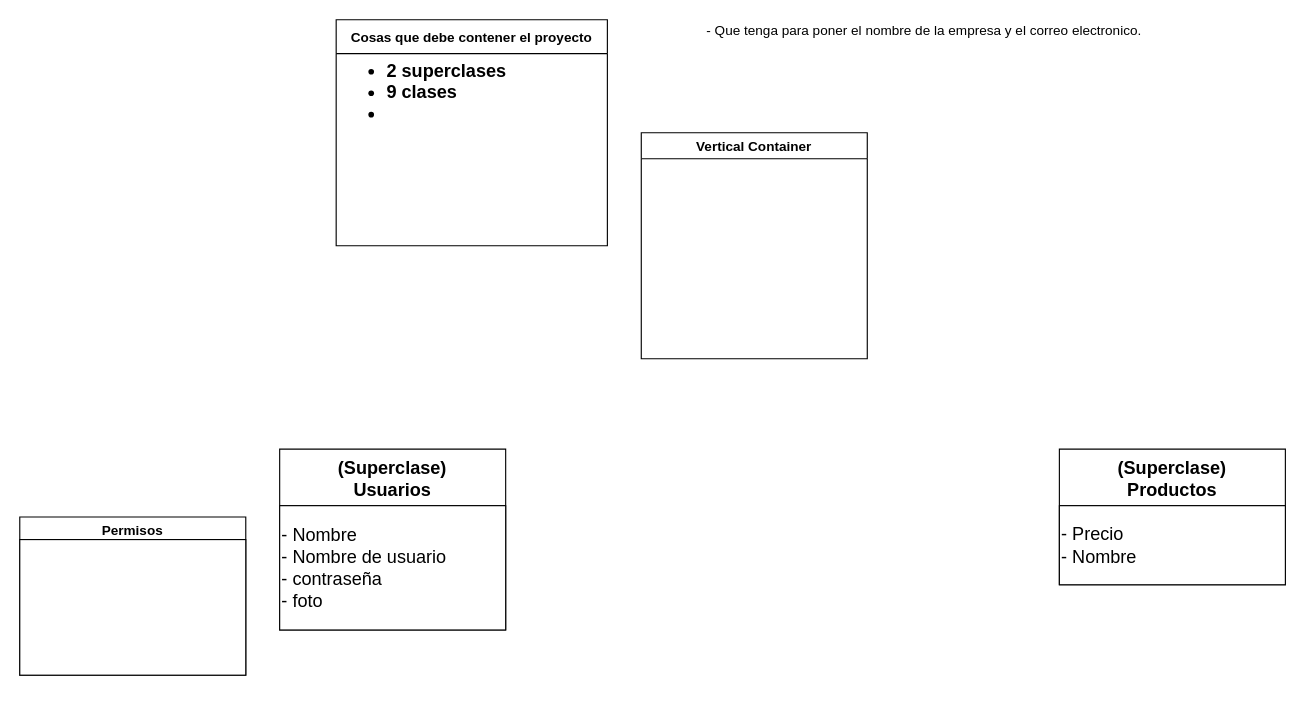
The draw.io diagram page "Diagrama 01" (1 of 2) of Diagrama/DiagramaTPV.drawio in pacodelarco/TPV-FranciscoDelArco, before the edit. Source tidied: cells renumbered, new cells numbered last; positions are measured from the earlier drawing's top-left corner, leaving out a move shared by most shapes. Both pictures are drawn from the tidied source at 113%, with x=0, y=0 at pixel (19, 19).
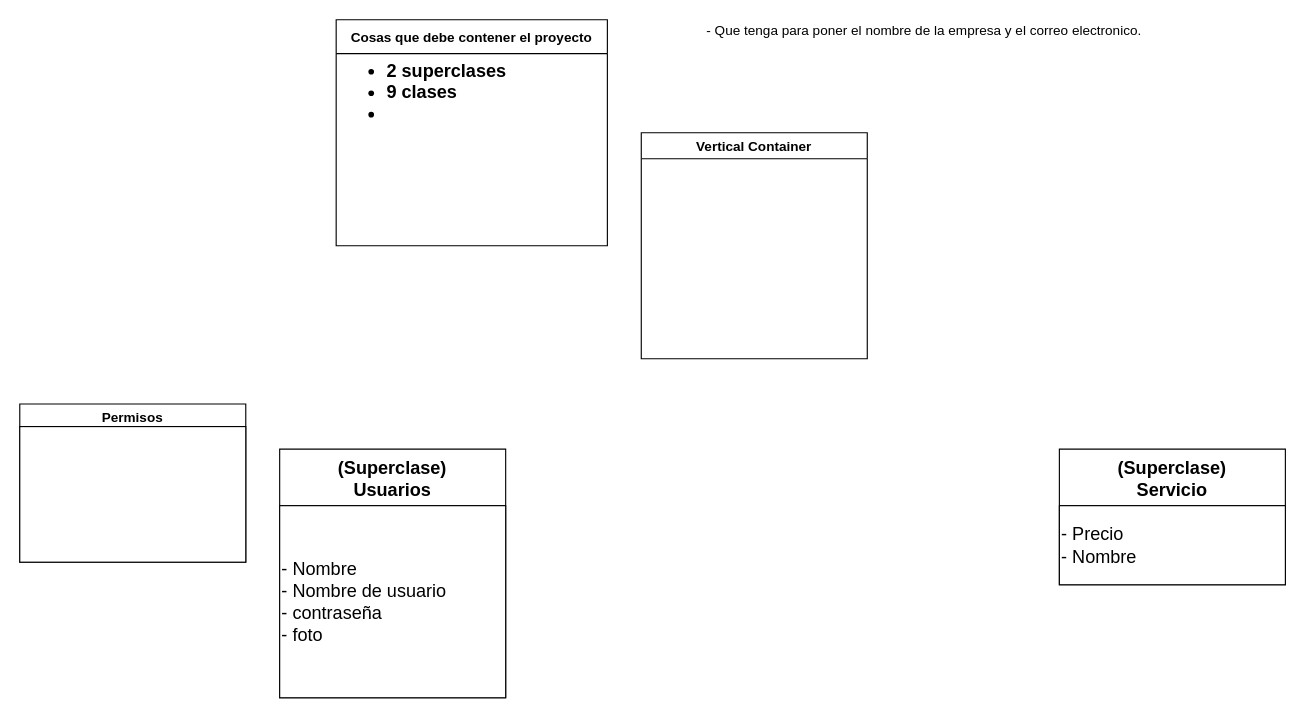
Above is the later version.

The edit, as a diff of the source:
```diff
@@
 <mxGraphModel>
   <root>
     <mxCell id="0" />
     <mxCell id="1" parent="0" />
     <mxCell id="2" value="Cosas que debe contener el proyecto" style="swimlane;startSize=30;" parent="1" vertex="1">
       <mxGeometry x="280" width="240" height="200" as="geometry" />
     </mxCell>
     <mxCell id="3" value="&lt;h1&gt;&lt;ul style=&quot;font-size: 16px&quot;&gt;&lt;li&gt;2 superclases&lt;/li&gt;&lt;li&gt;9 clases&lt;/li&gt;&lt;li&gt;&lt;br&gt;&lt;/li&gt;&lt;/ul&gt;&lt;/h1&gt;" style="text;html=1;strokeColor=none;fillColor=none;spacing=5;spacingTop=-20;whiteSpace=wrap;overflow=hidden;rounded=0;" parent="2" vertex="1">
       <mxGeometry y="30" width="240" height="170" as="geometry" />
     </mxCell>
     <mxCell id="4" value="(Superclase)&#10;Usuarios" style="swimlane;fontSize=16;startSize=50;" parent="1" vertex="1">
-      <mxGeometry x="230" y="380" width="200" height="160" as="geometry" />
+      <mxGeometry x="230" y="380" width="200" height="220" as="geometry" />
     </mxCell>
     <mxCell id="5" value="- Nombre&lt;br&gt;- Nombre de usuario&lt;br&gt;- contraseña&lt;br&gt;- foto" style="whiteSpace=wrap;html=1;fontSize=16;align=left;" parent="4" vertex="1">
-      <mxGeometry y="50" width="200" height="110" as="geometry" />
+      <mxGeometry y="50" width="200" height="170" as="geometry" />
     </mxCell>
-    <mxCell id="6" value="(Superclase)&#10;Productos" style="swimlane;fontSize=16;startSize=50;" parent="1" vertex="1">
+    <mxCell id="6" value="(Superclase)&#10;Servicio" style="swimlane;fontSize=16;startSize=50;" parent="1" vertex="1">
       <mxGeometry x="920" y="380" width="200" height="120" as="geometry" />
     </mxCell>
     <mxCell id="7" value="- Precio&lt;br&gt;- Nombre" style="whiteSpace=wrap;html=1;fontSize=16;align=left;" parent="6" vertex="1">
       <mxGeometry y="50" width="200" height="70" as="geometry" />
     </mxCell>
     <mxCell id="8" style="edgeStyle=orthogonalEdgeStyle;rounded=0;orthogonalLoop=1;jettySize=auto;html=1;exitX=0.5;exitY=1;exitDx=0;exitDy=0;fontSize=16;" parent="6" edge="1" source="7" target="7">
       <mxGeometry relative="1" as="geometry" />
     </mxCell>
     <mxCell id="9" value="- Que tenga para poner el nombre de la empresa y el correo electronico." style="text;html=1;align=center;verticalAlign=middle;strokeColor=none;fillColor=none;" parent="1" vertex="1">
       <mxGeometry x="600" width="400" height="20" as="geometry" />
     </mxCell>
+    <mxCell id="12" value="Vertical Container" style="swimlane;" parent="1" vertex="1">
+      <mxGeometry x="550" y="100" width="200" height="200" as="geometry" />
+    </mxCell>
     <mxCell id="10" value="Permisos" style="swimlane;" parent="1" vertex="1">
-      <mxGeometry y="440" width="200" height="140" as="geometry" />
+      <mxGeometry y="340" width="200" height="140" as="geometry" />
     </mxCell>
     <mxCell id="11" style="rounded=0;whiteSpace=wrap;html=1;" parent="10" vertex="1">
       <mxGeometry y="20" width="200" height="120" as="geometry" />
     </mxCell>
-    <mxCell id="12" value="Vertical Container" style="swimlane;" parent="1" vertex="1">
-      <mxGeometry x="550" y="100" width="200" height="200" as="geometry" />
-    </mxCell>
   </root>
 </mxGraphModel>
```
